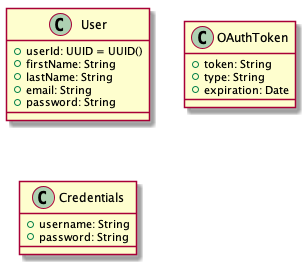
This is example/ios/ExampleFlow/Flows/LoginFlow_001.png from inmotionsoftware/FlowKit, a PlantUML export, as it was before one commit. Its diagram source:
```plantuml
@startuml
class User {
    {field} +userId: UUID = UUID()
    +firstName: String
    +lastName: String
    +email: String
    +password: String
}

class OAuthToken {
    + token: String
    + type: String
    + expiration: Date
}

class Credentials {
    + username: String
    + password: String
}
@enduml
```
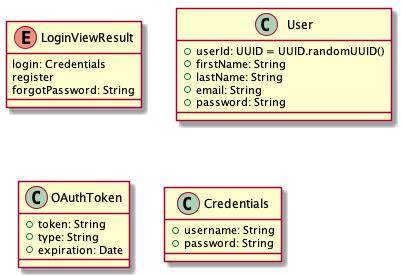
Above is the later version.

Commit message:
Implemented enum processing in puml files

Change to the diagram source:
```diff
@@ -1,6 +1,12 @@
 @startuml
+enum LoginViewResult {
+    login: Credentials
+    register
+    forgotPassword: String
+}
+
 class User {
-    {field} +userId: UUID = UUID()
+    {field} +userId: UUID = UUID.randomUUID()
     +firstName: String
     +lastName: String
     +email: String
```
